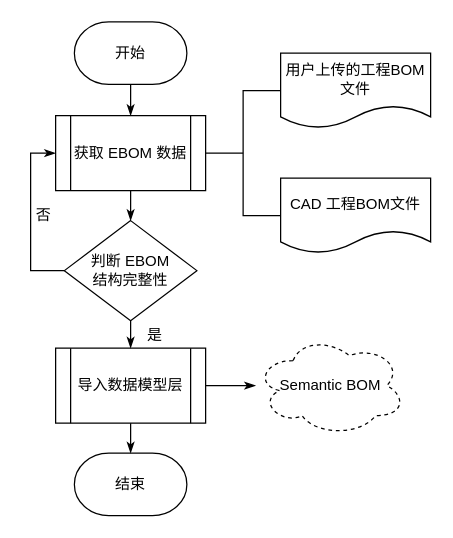
Above: page "Page-2" (2 of 4) of BOM/sys-design.drawio in littlelittlemoon/DiagramsRepository (draw.io), before the change. Source tidied: cells renumbered, new cells numbered last; positions are measured from the earlier drawing's top-left corner, leaving out a move shared by most shapes. Both pictures are drawn from the tidied source at 125%, with x=0, y=0 at pixel (24, 21).
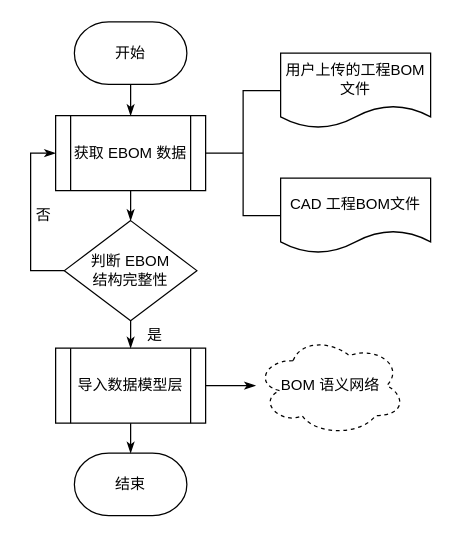
Above is the later version.

The edit, as a diff of the source:
```diff
@@
 <mxGraphModel>
   <root>
     <mxCell id="0" />
     <mxCell id="1" parent="0" />
     <mxCell id="2" style="edgeStyle=orthogonalEdgeStyle;rounded=0;jettySize=auto;html=1;exitX=0.5;exitY=1;exitDx=0;exitDy=0;exitPerimeter=0;entryX=0.5;entryY=0;entryDx=0;entryDy=0;endArrow=classicThin;endFill=1;strokeColor=default;strokeWidth=1;" parent="1" edge="1" source="3" target="5">
       <mxGeometry relative="1" as="geometry" />
     </mxCell>
     <mxCell id="3" value="开始" style="strokeWidth=1;html=1;shape=mxgraph.flowchart.terminator;whiteSpace=wrap;rounded=0;fillColor=none;" parent="1" vertex="1">
       <mxGeometry x="40" width="90" height="50" as="geometry" />
     </mxCell>
     <mxCell id="4" style="edgeStyle=orthogonalEdgeStyle;rounded=0;jettySize=auto;html=1;exitX=0.5;exitY=1;exitDx=0;exitDy=0;entryX=0.5;entryY=0;entryDx=0;entryDy=0;endArrow=classicThin;endFill=1;strokeColor=default;strokeWidth=1;" parent="1" edge="1" source="5" target="11">
       <mxGeometry relative="1" as="geometry" />
     </mxCell>
     <mxCell id="5" value="获取 EBOM 数据" style="shape=process;whiteSpace=wrap;html=1;backgroundOutline=1;rounded=0;fillColor=none;strokeWidth=1;" parent="1" vertex="1">
       <mxGeometry x="25" y="75" width="120" height="60" as="geometry" />
     </mxCell>
     <mxCell id="6" value="CAD 工程BOM文件" style="shape=document;whiteSpace=wrap;html=1;boundedLbl=1;rounded=0;fillColor=none;strokeWidth=1;" parent="1" vertex="1">
       <mxGeometry x="205" y="125" width="120" height="60" as="geometry" />
     </mxCell>
     <mxCell id="7" value="用户上传的工程BOM文件" style="shape=document;whiteSpace=wrap;html=1;boundedLbl=1;rounded=0;fillColor=none;strokeWidth=1;" parent="1" vertex="1">
       <mxGeometry x="205" y="25" width="120" height="60" as="geometry" />
     </mxCell>
     <mxCell id="8" style="strokeWidth=1;html=1;shape=mxgraph.flowchart.annotation_2;align=left;labelPosition=right;rounded=0;fillColor=none;" parent="1" vertex="1">
       <mxGeometry x="145" y="55" width="60" height="100" as="geometry" />
     </mxCell>
     <mxCell id="9" style="edgeStyle=orthogonalEdgeStyle;rounded=0;jettySize=auto;html=1;exitX=0;exitY=0.5;exitDx=0;exitDy=0;entryX=0;entryY=0.5;entryDx=0;entryDy=0;endArrow=classicThin;endFill=1;strokeColor=default;strokeWidth=1;" parent="1" edge="1" source="11" target="5">
       <mxGeometry relative="1" as="geometry" />
     </mxCell>
     <mxCell id="10" style="edgeStyle=orthogonalEdgeStyle;rounded=0;jettySize=auto;html=1;exitX=0.5;exitY=1;exitDx=0;exitDy=0;entryX=0.5;entryY=0;entryDx=0;entryDy=0;endArrow=classicThin;endFill=1;strokeColor=default;strokeWidth=1;" parent="1" edge="1" source="11" target="14">
       <mxGeometry relative="1" as="geometry" />
     </mxCell>
     <mxCell id="11" value="判断 EBOM &lt;br&gt;结构完整性" style="rhombus;whiteSpace=wrap;html=1;rounded=0;strokeWidth=1;fillColor=none;" parent="1" vertex="1">
       <mxGeometry x="32" y="159" width="106" height="80" as="geometry" />
     </mxCell>
     <mxCell id="12" style="edgeStyle=orthogonalEdgeStyle;rounded=0;jettySize=auto;html=1;exitX=0.5;exitY=1;exitDx=0;exitDy=0;entryX=0.5;entryY=0;entryDx=0;entryDy=0;entryPerimeter=0;endArrow=classicThin;endFill=1;strokeColor=default;strokeWidth=1;" parent="1" edge="1" source="14" target="15">
       <mxGeometry relative="1" as="geometry" />
     </mxCell>
     <mxCell id="13" style="edgeStyle=orthogonalEdgeStyle;rounded=0;jettySize=auto;html=1;exitX=1;exitY=0.5;exitDx=0;exitDy=0;endArrow=classicThin;endFill=1;strokeColor=default;strokeWidth=1;" parent="1" edge="1" source="14">
       <mxGeometry relative="1" as="geometry">
         <mxPoint x="185" y="291" as="targetPoint" />
       </mxGeometry>
     </mxCell>
     <mxCell id="14" value="导入数据模型层" style="shape=process;whiteSpace=wrap;html=1;backgroundOutline=1;rounded=0;fillColor=none;strokeWidth=1;" parent="1" vertex="1">
       <mxGeometry x="25" y="261" width="120" height="60" as="geometry" />
     </mxCell>
     <mxCell id="15" value="结束" style="strokeWidth=1;html=1;shape=mxgraph.flowchart.terminator;whiteSpace=wrap;rounded=0;fillColor=none;" parent="1" vertex="1">
       <mxGeometry x="40" y="345" width="90" height="50" as="geometry" />
     </mxCell>
     <mxCell id="16" value="是" style="text;html=1;align=center;verticalAlign=middle;strokeColor=none;fillColor=none;" parent="1" vertex="1">
       <mxGeometry x="89" y="241" width="30" height="20" as="geometry" />
     </mxCell>
     <mxCell id="17" value="否" style="text;html=1;align=center;verticalAlign=middle;strokeColor=none;fillColor=none;" parent="1" vertex="1">
       <mxGeometry y="145" width="30" height="20" as="geometry" />
     </mxCell>
-    <mxCell id="18" value="Semantic BOM" style="ellipse;shape=cloud;whiteSpace=wrap;html=1;rounded=0;strokeWidth=1;fillColor=none;dashed=1;" parent="1" vertex="1">
+    <mxCell id="18" value="BOM 语义网络" style="ellipse;shape=cloud;whiteSpace=wrap;html=1;rounded=0;strokeWidth=1;fillColor=none;dashed=1;" parent="1" vertex="1">
       <mxGeometry x="185" y="251" width="120" height="80" as="geometry" />
     </mxCell>
   </root>
 </mxGraphModel>
```
